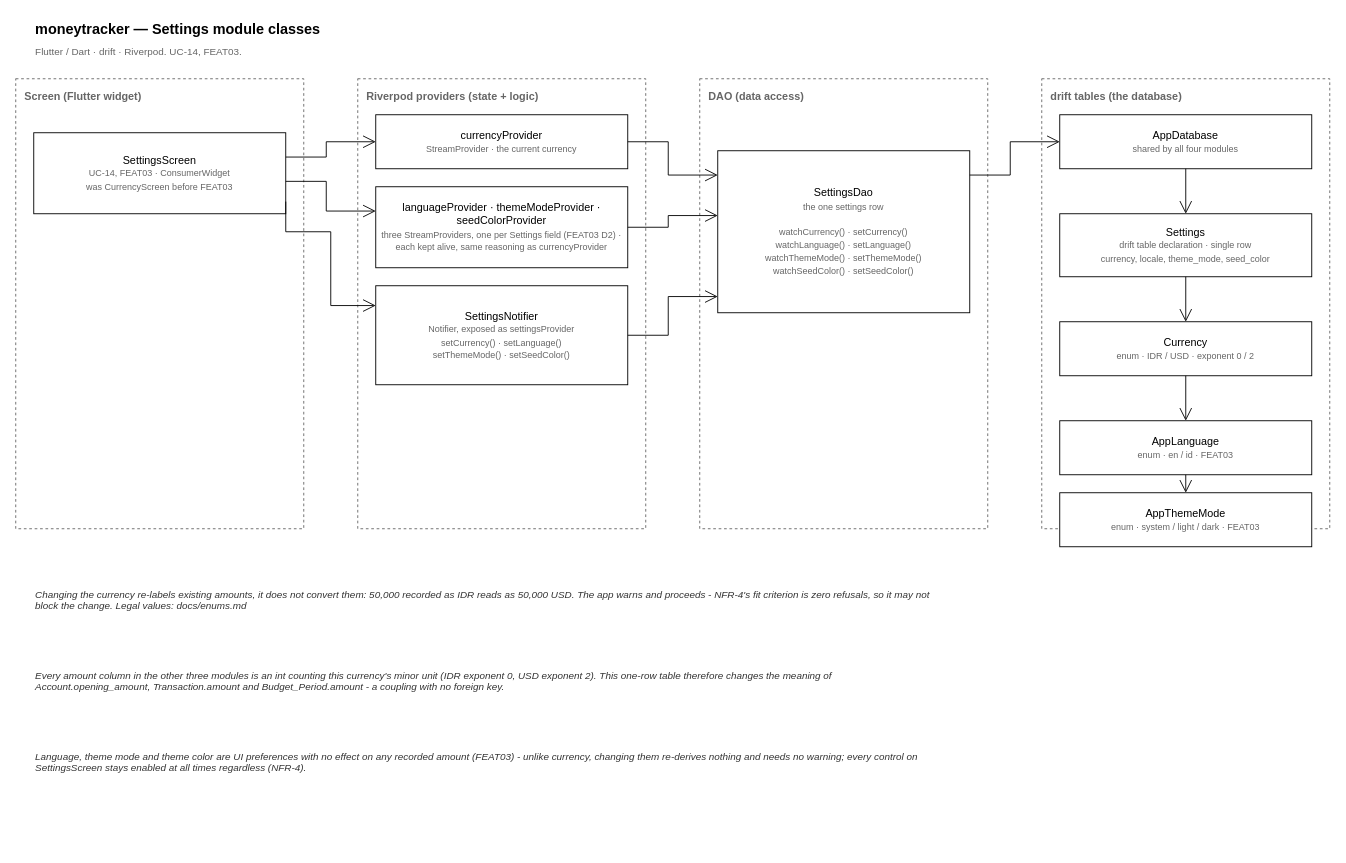
EldwinPr/uangsaku keeps this draw.io diagram as docs/diagrams/class-settings.drawio. Above is the earlier version. Source tidied: cells renumbered, new cells numbered last; positions are measured from the earlier drawing's top-left corner, leaving out a move shared by most shapes. Both pictures are drawn from the tidied source at 90%, with x=0, y=0 at pixel (15, 15).
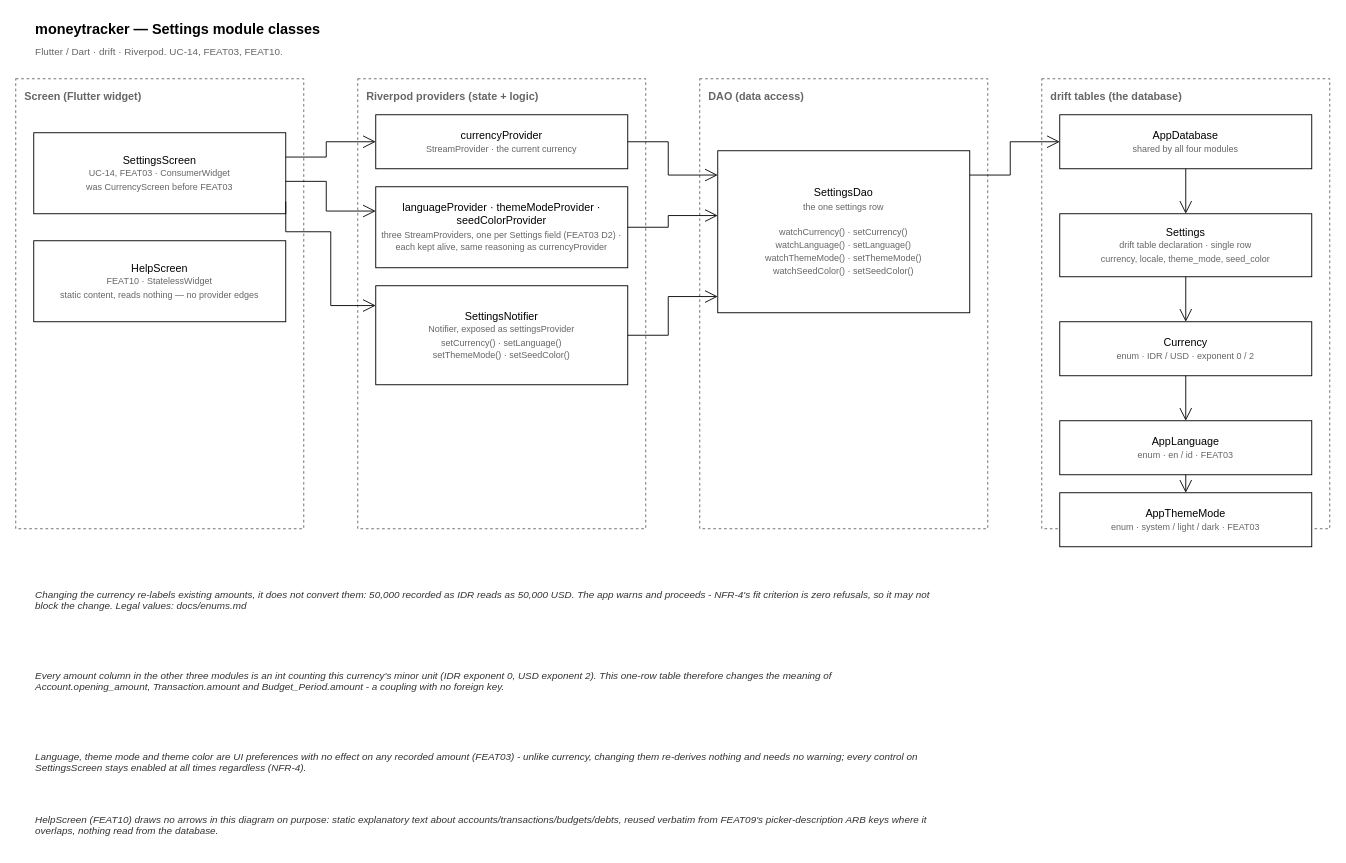
The same diagram, later.

Change to the diagram source:
```diff
@@
-    <mxCell id="3" value="Flutter / Dart · drift · Riverpod. UC-14, FEAT03." style="text;html=1;align=left;verticalAlign=middle;fontSize=11;fontColor=#666666;" parent="1" vertex="1">
+    <mxCell id="3" value="Flutter / Dart · drift · Riverpod. UC-14, FEAT03, FEAT10." style="text;html=1;align=left;verticalAlign=middle;fontSize=11;fontColor=#666666;" parent="1" vertex="1">
       <mxGeometry x="20" y="30" width="700" height="20" as="geometry" />
     </mxCell>
@@
+    <mxCell id="32" value="HelpScreen&lt;br&gt;&lt;font style=&quot;font-size:10px&quot; color=&quot;#666666&quot;&gt;FEAT10 · StatelessWidget&lt;br&gt;static content, reads nothing — no provider edges&lt;/font&gt;" style="rounded=0;whiteSpace=wrap;html=1;" parent="1" vertex="1">
+      <mxGeometry x="20" y="250" width="280" height="90" as="geometry" />
+    </mxCell>
@@
+    <mxCell id="33" value="HelpScreen (FEAT10) draws no arrows in this diagram on purpose: static explanatory text about accounts/transactions/budgets/debts, reused verbatim from FEAT09's picker-description ARB keys where it overlaps, nothing read from the database." style="text;html=1;align=left;verticalAlign=top;fontSize=11;fontColor=#333333;fontStyle=2;whiteSpace=wrap;" parent="1" vertex="1">
+      <mxGeometry x="20" y="880" width="1000" height="45" as="geometry" />
+    </mxCell>
```
